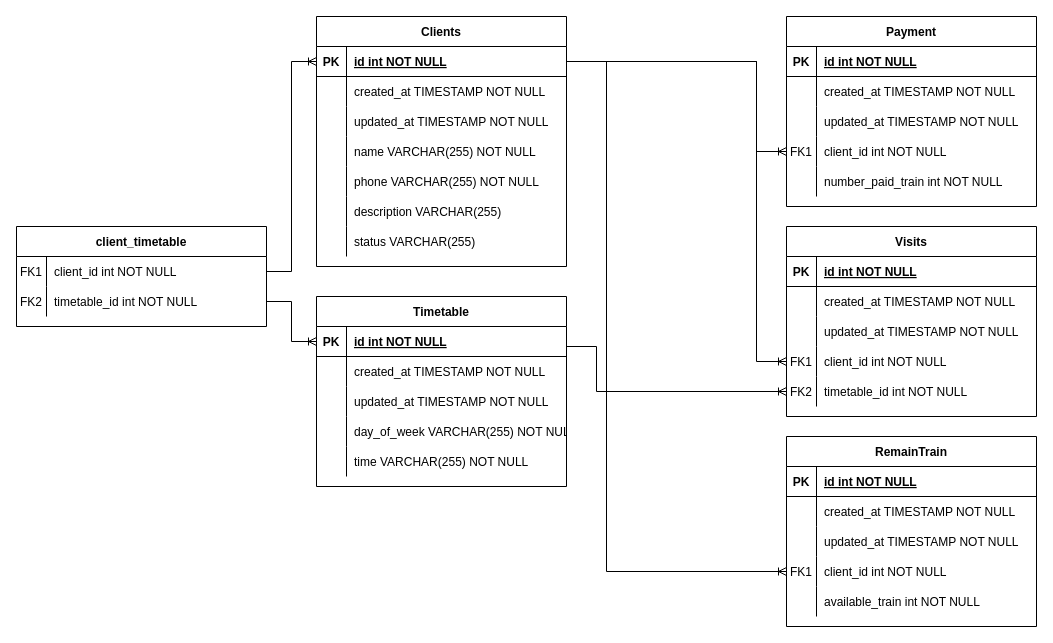
Before: Структура БД.drawio in Kaptollika3d/telegramBot, a draw.io diagram. Source tidied: cells renumbered, new cells numbered last; positions are measured from the earlier drawing's top-left corner, leaving out a move shared by most shapes. Both pictures are drawn from the tidied source at 100%, with x=0, y=0 at pixel (16, 16).
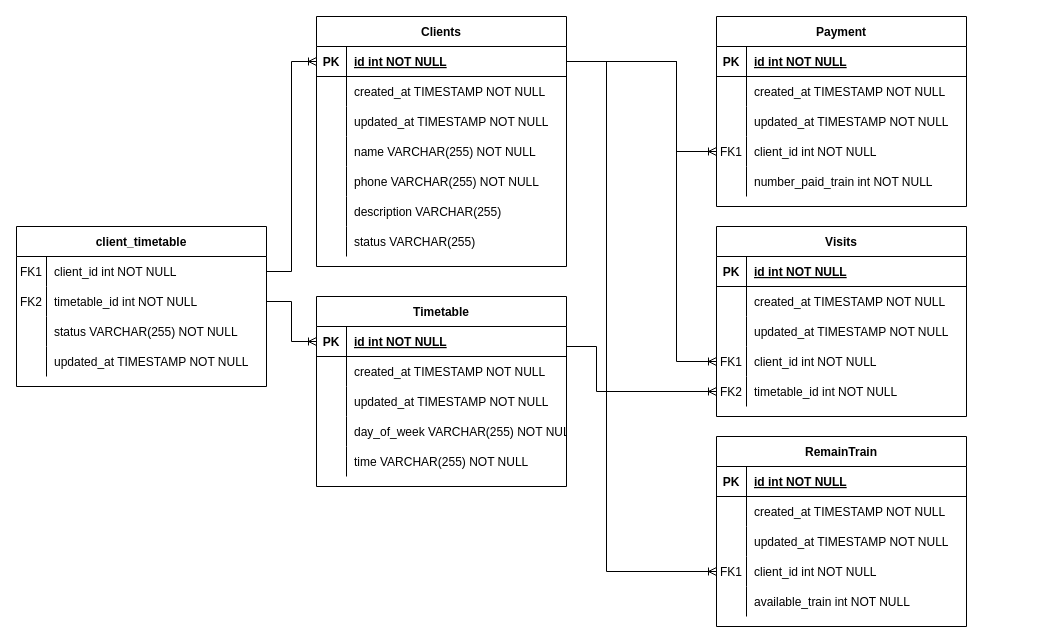
Above is the later version.

The change refers to these unchanged cells:
```xml
<mxCell id="12" style="shape=partialRectangle;fillColor=none;points=[[0,0.5],[1,0.5]];portConstraint=eastwest;top=0;left=0;right=0;bottom=0;" parent="2" vertex="1">
  <mxGeometry y="120" width="250" height="30" as="geometry" />
</mxCell>
<mxCell id="19" style="shape=partialRectangle;fillColor=none;points=[[0,0.5],[1,0.5]];portConstraint=eastwest;top=0;left=0;right=0;bottom=1;" parent="18" vertex="1">
  <mxGeometry y="30" width="250" height="30" as="geometry" />
</mxCell>
<mxCell id="50" style="shape=partialRectangle;fillColor=none;points=[[0,0.5],[1,0.5]];portConstraint=eastwest;top=0;left=0;right=0;bottom=0;" parent="40" vertex="1">
  <mxGeometry y="120" width="250" height="30" as="geometry" />
</mxCell>
```

Diff of the diagram source:
```diff
@@
     <mxCell id="2" value="Visits" style="shape=table;startSize=30;childLayout=tableLayout;rowLines=0;fontStyle=1;align=center;" parent="1" vertex="1">
-      <mxGeometry x="770" y="210" width="250" height="190" as="geometry" />
+      <mxGeometry x="700" y="210" width="250" height="190" as="geometry" />
     </mxCell>
@@
     <mxCell id="40" value="Paуment" style="shape=table;startSize=30;childLayout=tableLayout;rowLines=0;fontStyle=1;align=center;" parent="1" vertex="1">
-      <mxGeometry x="770" width="250" height="190" as="geometry" />
+      <mxGeometry x="700" width="250" height="190" as="geometry" />
     </mxCell>
@@
     <mxCell id="56" style="edgeStyle=orthogonalEdgeStyle;fontSize=12;html=1;endArrow=ERoneToMany;rounded=0;exitX=1;exitY=0.5;exitDx=0;exitDy=0;entryX=0;entryY=0.5;entryDx=0;entryDy=0;" parent="1" edge="1" source="19" target="50">
       <mxGeometry relative="1" as="geometry">
         <Array as="points">
-          <mxPoint x="740" y="45" />
-          <mxPoint x="740" y="135" />
+          <mxPoint x="660" y="45" />
+          <mxPoint x="660" y="135" />
         </Array>
       </mxGeometry>
     </mxCell>
@@
     <mxCell id="74" style="edgeStyle=orthogonalEdgeStyle;fontSize=12;html=1;endArrow=ERoneToMany;rounded=0;exitX=1;exitY=0.5;exitDx=0;exitDy=0;entryX=0;entryY=0.5;entryDx=0;entryDy=0;elbow=vertical;" parent="1" edge="1" source="19" target="12">
       <mxGeometry relative="1" as="geometry">
         <Array as="points">
-          <mxPoint x="740" y="45" />
-          <mxPoint x="740" y="345" />
+          <mxPoint x="660" y="45" />
+          <mxPoint x="660" y="345" />
         </Array>
       </mxGeometry>
     </mxCell>
     <mxCell id="75" value="RemainTrain" style="shape=table;startSize=30;childLayout=tableLayout;rowLines=0;fontStyle=1;align=center;" parent="1" vertex="1">
-      <mxGeometry x="770" y="420" width="250" height="190" as="geometry" />
+      <mxGeometry x="700" y="420" width="250" height="190" as="geometry" />
     </mxCell>
@@
     <mxCell id="92" value="client_timetable" style="shape=table;startSize=30;childLayout=tableLayout;rowLines=0;fontStyle=1;align=center;" parent="1" vertex="1">
-      <mxGeometry y="210" width="250" height="100" as="geometry" />
+      <mxGeometry y="210" width="250" height="160" as="geometry" />
     </mxCell>
@@
+    <mxCell id="101" style="shape=partialRectangle;fillColor=none;top=0;left=0;right=0;bottom=0;" parent="92" vertex="1">
+      <mxGeometry y="90" width="250" height="30" as="geometry" />
+    </mxCell>
+    <mxCell id="102" style="shape=partialRectangle;overflow=hidden;fillColor=none;top=0;left=0;bottom=0;right=0;" parent="101" vertex="1">
+      <mxGeometry width="30" height="30" as="geometry" />
+    </mxCell>
+    <mxCell id="103" value="status VARCHAR(255) NOT NULL" style="shape=partialRectangle;overflow=hidden;fillColor=none;top=0;left=0;bottom=0;right=0;align=left;spacingLeft=6;" parent="101" vertex="1">
+      <mxGeometry x="30" width="220" height="30" as="geometry" />
+    </mxCell>
+    <mxCell id="104" style="shape=partialRectangle;fillColor=none;top=0;left=0;right=0;bottom=0;" parent="92" vertex="1">
+      <mxGeometry y="120" width="250" height="30" as="geometry" />
+    </mxCell>
+    <mxCell id="105" style="shape=partialRectangle;overflow=hidden;fillColor=none;top=0;left=0;bottom=0;right=0;" parent="104" vertex="1">
+      <mxGeometry width="30" height="30" as="geometry" />
+    </mxCell>
+    <mxCell id="106" value="updated_at TIMESTAMP NOT NULL" style="shape=partialRectangle;overflow=hidden;fillColor=none;top=0;left=0;bottom=0;right=0;align=left;spacingLeft=6;" parent="104" vertex="1">
+      <mxGeometry x="30" width="220" height="30" as="geometry" />
+    </mxCell>
```
